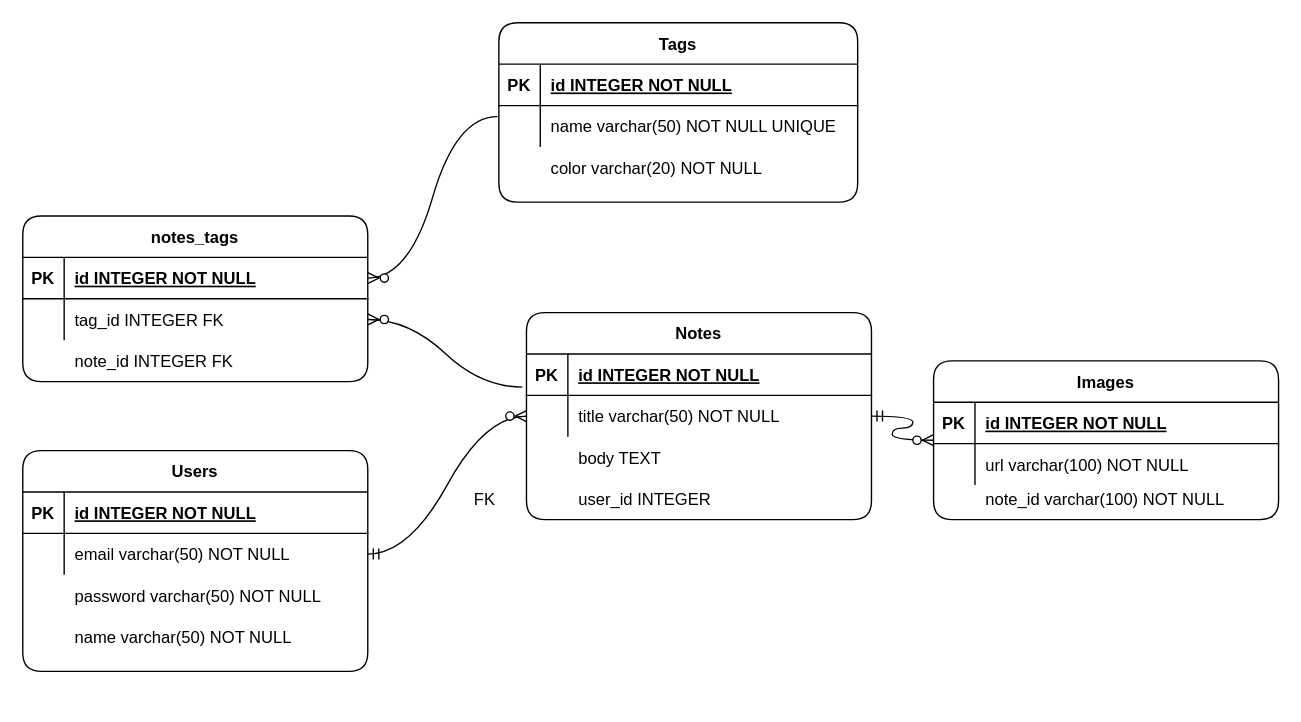
Earlier version of the draw.io diagram schema.drawio (migueljo/my-notes-app). Source tidied: cells renumbered, new cells numbered last; positions are measured from the earlier drawing's top-left corner, leaving out a move shared by most shapes. Both pictures are drawn from the tidied source at 138%, with x=0, y=0 at pixel (22, 22).
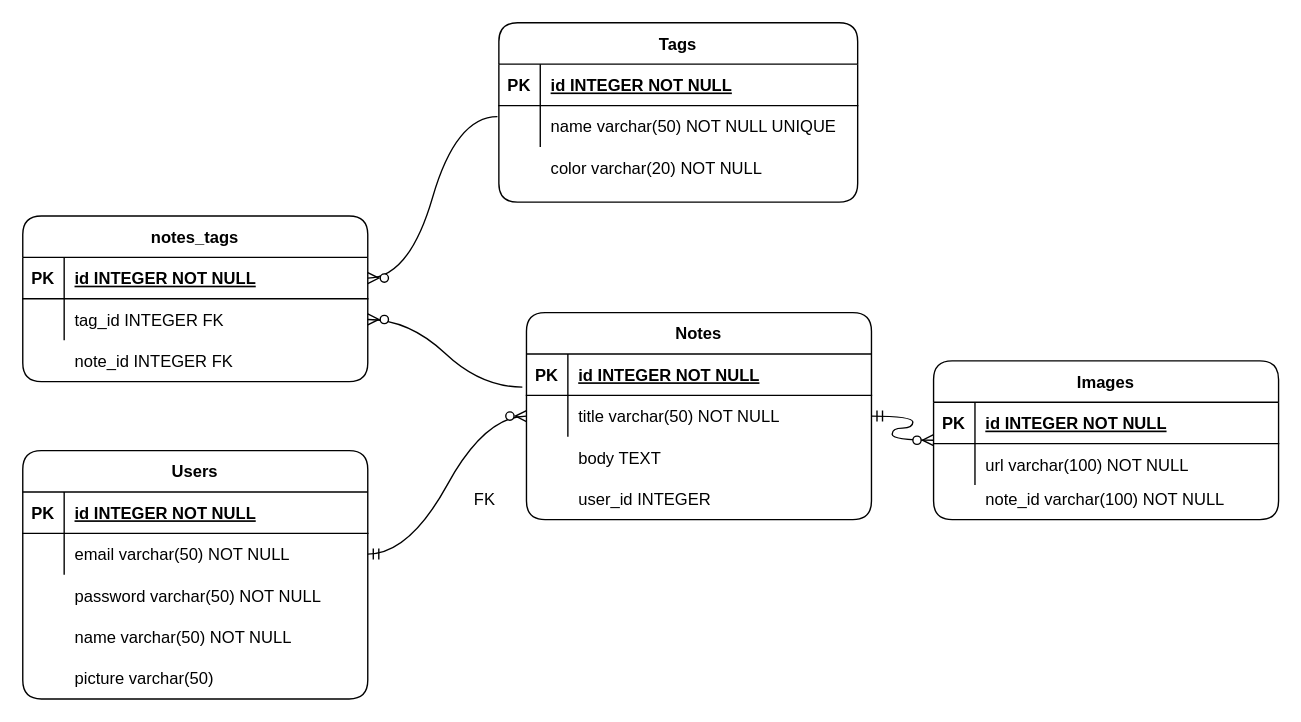
After the change.

Commit message (it also covers changes not shown here):
Adding picture field in user table

Diff of the diagram source:
```diff
@@
     <mxCell id="2" value="Users" style="shape=table;startSize=30;childLayout=tableLayout;rowLines=0;fontStyle=1;align=center;rounded=1;" parent="1" vertex="1">
-      <mxGeometry y="310" width="250" height="160" as="geometry" />
+      <mxGeometry y="310" width="250" height="180" as="geometry" />
     </mxCell>
@@
+    <mxCell id="52" value="picture varchar(50)" style="shape=partialRectangle;overflow=hidden;fillColor=none;top=0;left=0;bottom=0;right=0;align=left;spacingLeft=6;rounded=1;" parent="1" vertex="1">
+      <mxGeometry x="30" y="460" width="220" height="30" as="geometry" />
+    </mxCell>
```
